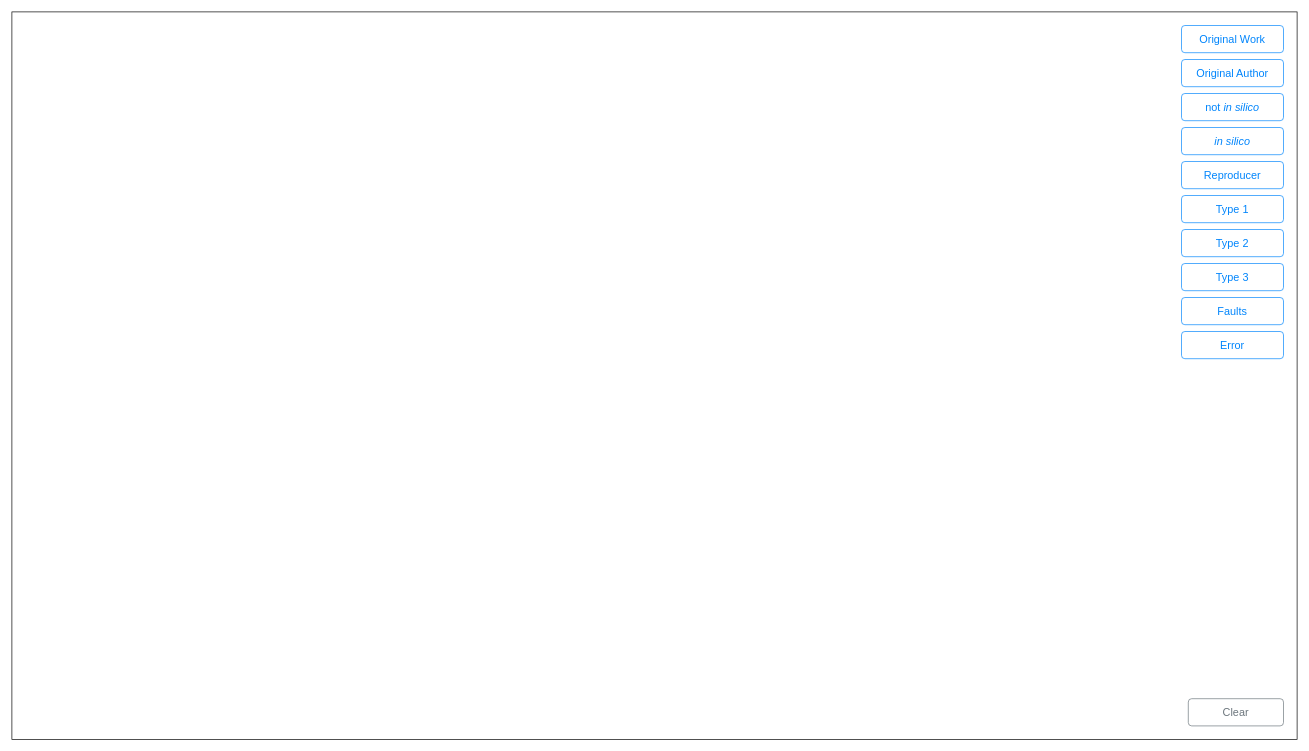
The draw.io diagram page "article-landing" (10 of 11) of model-analysis-errors.drawio in nicebread/scientific_errors, before the edit. Source tidied: cells renumbered, new cells numbered last; positions are measured from the earlier drawing's top-left corner, leaving out a move shared by most shapes. Both pictures are drawn from the tidied source at 68%, with x=0, y=0 at pixel (12, 12).
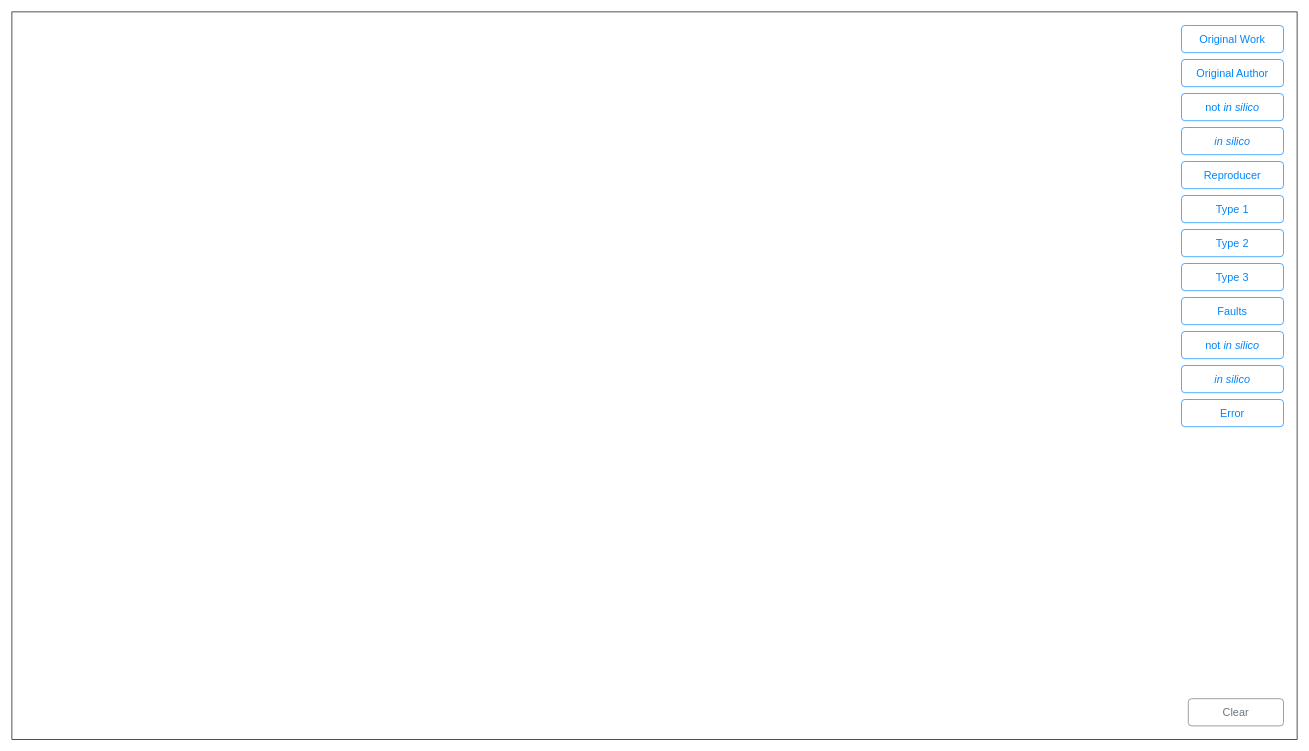
Above is the later version.

Commit message (it also covers changes not shown here):
Rework article display: Differentiate faults (not) in silico

The edit, as a diff of the source:
```diff
@@
 <mxGraphModel>
   <root>
     <mxCell id="0" />
     <mxCell id="1" parent="0" />
     <mxCell id="2" style="rounded=0;whiteSpace=wrap;html=1;fillColor=none;" parent="1" vertex="1">
       <mxGeometry width="1890" height="1070" as="geometry" />
     </mxCell>
     <mxCell id="3" value="Original Work" style="html=1;shadow=0;dashed=0;shape=mxgraph.bootstrap.rrect;rSize=5;strokeColor=#0085FC;strokeWidth=1;fillColor=none;fontColor=#0085FC;whiteSpace=wrap;align=center;verticalAlign=middle;spacingLeft=0;fontStyle=0;fontSize=16;spacing=5;" parent="1" vertex="1">
       <mxGeometry x="1720" y="20" width="150" height="40" as="geometry" />
     </mxCell>
     <mxCell id="4" value="Original Author" style="html=1;shadow=0;dashed=0;shape=mxgraph.bootstrap.rrect;rSize=5;strokeColor=#0085FC;strokeWidth=1;fillColor=none;fontColor=#0085FC;whiteSpace=wrap;align=center;verticalAlign=middle;spacingLeft=0;fontStyle=0;fontSize=16;spacing=5;" parent="1" vertex="1">
       <mxGeometry x="1720" y="70" width="150" height="40" as="geometry" />
     </mxCell>
     <mxCell id="5" value="Reproducer" style="html=1;shadow=0;dashed=0;shape=mxgraph.bootstrap.rrect;rSize=5;strokeColor=#0085FC;strokeWidth=1;fillColor=none;fontColor=#0085FC;whiteSpace=wrap;align=center;verticalAlign=middle;spacingLeft=0;fontStyle=0;fontSize=16;spacing=5;" parent="1" vertex="1">
       <mxGeometry x="1720" y="220" width="150" height="40" as="geometry" />
     </mxCell>
     <mxCell id="6" value="Type 1" style="html=1;shadow=0;dashed=0;shape=mxgraph.bootstrap.rrect;rSize=5;strokeColor=#0085FC;strokeWidth=1;fillColor=none;fontColor=#0085FC;whiteSpace=wrap;align=center;verticalAlign=middle;spacingLeft=0;fontStyle=0;fontSize=16;spacing=5;" parent="1" vertex="1">
       <mxGeometry x="1720" y="270" width="150" height="40" as="geometry" />
     </mxCell>
     <mxCell id="7" value="Type 2" style="html=1;shadow=0;dashed=0;shape=mxgraph.bootstrap.rrect;rSize=5;strokeColor=#0085FC;strokeWidth=1;fillColor=none;fontColor=#0085FC;whiteSpace=wrap;align=center;verticalAlign=middle;spacingLeft=0;fontStyle=0;fontSize=16;spacing=5;" parent="1" vertex="1">
       <mxGeometry x="1720" y="320" width="150" height="40" as="geometry" />
     </mxCell>
     <mxCell id="8" value="Faults" style="html=1;shadow=0;dashed=0;shape=mxgraph.bootstrap.rrect;rSize=5;strokeColor=#0085FC;strokeWidth=1;fillColor=none;fontColor=#0085FC;whiteSpace=wrap;align=center;verticalAlign=middle;spacingLeft=0;fontStyle=0;fontSize=16;spacing=5;" parent="1" vertex="1">
       <mxGeometry x="1720" y="420" width="150" height="40" as="geometry" />
     </mxCell>
-    <mxCell id="9" value="Error" style="html=1;shadow=0;dashed=0;shape=mxgraph.bootstrap.rrect;rSize=5;strokeColor=#0085FC;strokeWidth=1;fillColor=none;fontColor=#0085FC;whiteSpace=wrap;align=center;verticalAlign=middle;spacingLeft=0;fontStyle=0;fontSize=16;spacing=5;" parent="1" vertex="1">
+    <mxCell id="9" value="not &lt;i&gt;in silico&lt;/i&gt;" style="html=1;shadow=0;dashed=0;shape=mxgraph.bootstrap.rrect;rSize=5;strokeColor=#0085FC;strokeWidth=1;fillColor=none;fontColor=#0085FC;whiteSpace=wrap;align=center;verticalAlign=middle;spacingLeft=0;fontStyle=0;fontSize=16;spacing=5;" parent="1" vertex="1">
       <mxGeometry x="1720" y="470" width="150" height="40" as="geometry" />
     </mxCell>
     <mxCell id="10" value="Clear" style="html=1;shadow=0;dashed=0;shape=mxgraph.bootstrap.rrect;rSize=5;strokeColor=#6C767D;strokeWidth=1;fillColor=none;fontColor=#6C767D;whiteSpace=wrap;align=center;verticalAlign=middle;spacingLeft=0;fontStyle=0;fontSize=16;spacing=5;" parent="1" vertex="1">
       <mxGeometry x="1730" y="1010" width="140" height="40" as="geometry" />
     </mxCell>
     <mxCell id="11" value="Type 3" style="html=1;shadow=0;dashed=0;shape=mxgraph.bootstrap.rrect;rSize=5;strokeColor=#0085FC;strokeWidth=1;fillColor=none;fontColor=#0085FC;whiteSpace=wrap;align=center;verticalAlign=middle;spacingLeft=0;fontStyle=0;fontSize=16;spacing=5;" parent="1" vertex="1">
       <mxGeometry x="1720" y="370" width="150" height="40" as="geometry" />
     </mxCell>
-    <mxCell id="12" value="in silico" style="html=1;shadow=0;dashed=0;shape=mxgraph.bootstrap.rrect;rSize=5;strokeColor=#0085FC;strokeWidth=1;fillColor=none;fontColor=#0085FC;whiteSpace=wrap;align=center;verticalAlign=middle;spacingLeft=0;fontStyle=2;fontSize=16;spacing=5;" parent="1" vertex="1">
+    <mxCell id="12" value="&lt;i&gt;in silico&lt;/i&gt;" style="html=1;shadow=0;dashed=0;shape=mxgraph.bootstrap.rrect;rSize=5;strokeColor=#0085FC;strokeWidth=1;fillColor=none;fontColor=#0085FC;whiteSpace=wrap;align=center;verticalAlign=middle;spacingLeft=0;fontStyle=0;fontSize=16;spacing=5;" parent="1" vertex="1">
       <mxGeometry x="1720" y="170" width="150" height="40" as="geometry" />
     </mxCell>
     <mxCell id="13" value="not &lt;i&gt;in silico&lt;/i&gt;" style="html=1;shadow=0;dashed=0;shape=mxgraph.bootstrap.rrect;rSize=5;strokeColor=#0085FC;strokeWidth=1;fillColor=none;fontColor=#0085FC;whiteSpace=wrap;align=center;verticalAlign=middle;spacingLeft=0;fontStyle=0;fontSize=16;spacing=5;" parent="1" vertex="1">
       <mxGeometry x="1720" y="120" width="150" height="40" as="geometry" />
     </mxCell>
+    <mxCell id="14" value="&lt;i&gt;in silico&lt;/i&gt;" style="html=1;shadow=0;dashed=0;shape=mxgraph.bootstrap.rrect;rSize=5;strokeColor=#0085FC;strokeWidth=1;fillColor=none;fontColor=#0085FC;whiteSpace=wrap;align=center;verticalAlign=middle;spacingLeft=0;fontStyle=0;fontSize=16;spacing=5;" parent="1" vertex="1">
+      <mxGeometry x="1720" y="520" width="150" height="40" as="geometry" />
+    </mxCell>
+    <mxCell id="15" value="Error" style="html=1;shadow=0;dashed=0;shape=mxgraph.bootstrap.rrect;rSize=5;strokeColor=#0085FC;strokeWidth=1;fillColor=none;fontColor=#0085FC;whiteSpace=wrap;align=center;verticalAlign=middle;spacingLeft=0;fontStyle=0;fontSize=16;spacing=5;" parent="1" vertex="1">
+      <mxGeometry x="1720" y="570" width="150" height="40" as="geometry" />
+    </mxCell>
   </root>
 </mxGraphModel>
```
